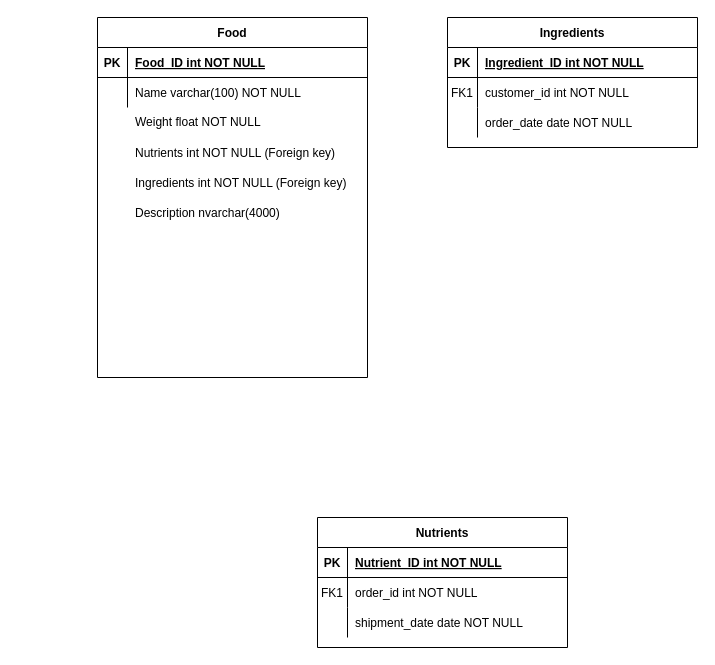
Earlier version of the draw.io diagram docs/Database Food.drawio (dod0lp/Food-Database). Source tidied: cells renumbered, new cells numbered last; positions are measured from the earlier drawing's top-left corner, leaving out a move shared by most shapes. Both pictures are drawn from the tidied source at 100%, with x=0, y=0 at pixel (97, 17).
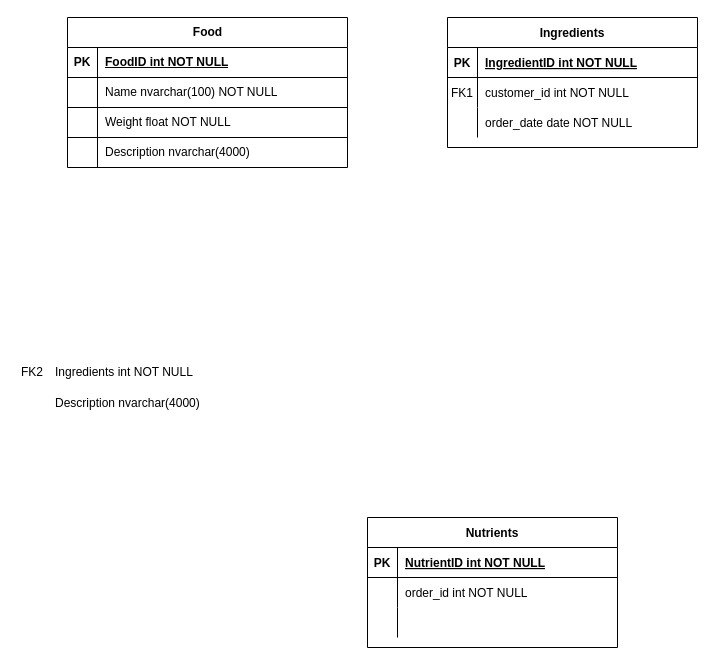
Above is the later version.

Commit message:
Better graph for Food

The change refers to these unchanged cells:
```xml
<mxCell id="3" style="shape=partialRectangle;fillColor=none;top=0;left=0;right=0;bottom=1;" parent="2" vertex="1">
  <mxGeometry y="30" width="250" height="30" as="geometry" />
</mxCell>
<mxCell id="13" style="shape=partialRectangle;fillColor=none;top=0;left=0;right=0;bottom=1;" parent="12" vertex="1">
  <mxGeometry y="30" width="250" height="30" as="geometry" />
</mxCell>
<mxCell id="16" style="shape=partialRectangle;fillColor=none;top=0;left=0;right=0;bottom=0;" parent="12" vertex="1">
  <mxGeometry y="60" width="250" height="30" as="geometry" />
</mxCell>
<mxCell id="19" style="shape=partialRectangle;fillColor=none;top=0;left=0;right=0;bottom=0;" parent="12" vertex="1">
  <mxGeometry y="90" width="250" height="30" as="geometry" />
</mxCell>
```

Diff of the diagram source:
```diff
@@
-    <mxCell id="5" value="Ingredient_ID int NOT NULL" style="shape=partialRectangle;overflow=hidden;fillColor=none;top=0;left=0;bottom=0;right=0;align=left;spacingLeft=6;fontStyle=5;" parent="3" vertex="1">
+    <mxCell id="5" value="IngredientID int NOT NULL" style="shape=partialRectangle;overflow=hidden;fillColor=none;top=0;left=0;bottom=0;right=0;align=left;spacingLeft=6;fontStyle=5;" parent="3" vertex="1">
       <mxGeometry x="30" width="220" height="30" as="geometry" />
     </mxCell>
@@
     <mxCell id="12" value="Nutrients" style="shape=table;startSize=30;childLayout=tableLayout;rowLines=0;fontStyle=1;align=center;" parent="1" vertex="1">
-      <mxGeometry x="220" y="500" width="250" height="130" as="geometry" />
+      <mxGeometry x="270" y="500" width="250" height="130" as="geometry" />
     </mxCell>
@@
-    <mxCell id="15" value="Nutrient_ID int NOT NULL " style="shape=partialRectangle;overflow=hidden;fillColor=none;top=0;left=0;bottom=0;right=0;align=left;spacingLeft=6;fontStyle=5;" parent="13" vertex="1">
+    <mxCell id="15" value="NutrientID int NOT NULL " style="shape=partialRectangle;overflow=hidden;fillColor=none;top=0;left=0;bottom=0;right=0;align=left;spacingLeft=6;fontStyle=5;" parent="13" vertex="1">
       <mxGeometry x="30" width="220" height="30" as="geometry" />
     </mxCell>
@@
-    <mxCell id="17" value="FK1" style="shape=partialRectangle;overflow=hidden;fillColor=none;top=0;left=0;bottom=0;right=0;" parent="16" vertex="1">
+    <mxCell id="17" style="shape=partialRectangle;overflow=hidden;fillColor=none;top=0;left=0;bottom=0;right=0;" parent="16" vertex="1">
       <mxGeometry width="30" height="30" as="geometry" />
     </mxCell>
@@
-    <mxCell id="21" value="shipment_date date NOT NULL" style="shape=partialRectangle;overflow=hidden;fillColor=none;top=0;left=0;bottom=0;right=0;align=left;spacingLeft=6;" parent="19" vertex="1">
+    <mxCell id="21" style="shape=partialRectangle;overflow=hidden;fillColor=none;top=0;left=0;bottom=0;right=0;align=left;spacingLeft=6;" parent="19" vertex="1">
       <mxGeometry x="30" width="220" height="30" as="geometry" />
     </mxCell>
+    <mxCell id="32" value="Description nvarchar(4000)" style="shape=partialRectangle;overflow=hidden;fillColor=none;top=0;left=0;bottom=0;right=0;align=left;spacingLeft=6;" parent="1" vertex="1">
+      <mxGeometry x="-50" y="370" width="240" height="30" as="geometry" />
+    </mxCell>
+    <mxCell id="33" value="FK2" style="shape=partialRectangle;fillColor=none;top=0;left=0;bottom=0;right=0;overflow=hidden;whiteSpace=wrap;html=1;" parent="1" vertex="1">
+      <mxGeometry x="-80" y="340" width="30" height="30" as="geometry" />
+    </mxCell>
+    <mxCell id="34" value="Ingredients int NOT NULL" style="shape=partialRectangle;fillColor=none;top=0;left=0;bottom=0;right=0;align=left;spacingLeft=6;overflow=hidden;whiteSpace=wrap;html=1;" parent="1" vertex="1">
+      <mxGeometry x="-50" y="340" width="250" height="30" as="geometry" />
+    </mxCell>
+    <mxCell id="35" style="shape=partialRectangle;fillColor=none;top=0;left=0;bottom=0;right=0;overflow=hidden;whiteSpace=wrap;html=1;" parent="1" vertex="1">
+      <mxGeometry x="-20" y="200" width="30" height="30" as="geometry" />
+    </mxCell>
-    <mxCell id="22" value="Food" style="shape=table;startSize=30;childLayout=tableLayout;rowLines=0;fontStyle=1;align=center;" parent="1" vertex="1">
-      <mxGeometry width="270" height="360" as="geometry" />
+    <mxCell id="22" value="Food" style="shape=table;startSize=30;childLayout=tableLayout;rowLines=1;fontStyle=1;align=center;html=1;strokeColor=default;fillColor=default;" parent="1" vertex="1">
+      <mxGeometry x="-30" width="280" height="150" as="geometry" />
     </mxCell>
-    <mxCell id="23" style="shape=partialRectangle;fillColor=none;top=0;left=0;right=0;bottom=1;" parent="22" vertex="1">
-      <mxGeometry y="30" width="270" height="30" as="geometry" />
-    </mxCell>
+    <mxCell id="36" style="shape=tableRow;horizontal=0;startSize=0;swimlaneHead=0;swimlaneBody=0;fillColor=none;top=0;left=0;right=0;bottom=1;" parent="22" vertex="1">
+      <mxGeometry y="30" width="280" height="30" as="geometry" />
+    </mxCell>
-    <mxCell id="24" value="PK" style="shape=partialRectangle;overflow=hidden;fillColor=none;top=0;left=0;bottom=0;right=0;fontStyle=1;" parent="23" vertex="1">
+    <mxCell id="24" value="PK" style="shape=partialRectangle;fillColor=none;top=0;left=0;bottom=0;right=0;fontStyle=1;overflow=hidden;whiteSpace=wrap;html=1;" parent="36" vertex="1">
       <mxGeometry width="30" height="30" as="geometry" />
     </mxCell>
-    <mxCell id="25" value="Food_ID int NOT NULL" style="shape=partialRectangle;overflow=hidden;fillColor=none;top=0;left=0;bottom=0;right=0;align=left;spacingLeft=6;fontStyle=5;" parent="23" vertex="1">
-      <mxGeometry x="30" width="240" height="30" as="geometry" />
-    </mxCell>
-    <mxCell id="26" style="shape=partialRectangle;fillColor=none;top=0;left=0;right=0;bottom=0;" parent="22" vertex="1">
-      <mxGeometry y="60" width="270" height="30" as="geometry" />
-    </mxCell>
-    <mxCell id="27" style="shape=partialRectangle;overflow=hidden;fillColor=none;top=0;left=0;bottom=0;right=0;" parent="26" vertex="1">
-      <mxGeometry width="30" height="30" as="geometry" />
-    </mxCell>
-    <mxCell id="28" value="Name varchar(100) NOT NULL" style="shape=partialRectangle;overflow=hidden;fillColor=none;top=0;left=0;bottom=0;right=0;align=left;spacingLeft=6;" parent="26" vertex="1">
-      <mxGeometry x="30" width="240" height="30" as="geometry" />
-    </mxCell>
+    <mxCell id="37" value="FoodID int NOT NULL" style="shape=partialRectangle;fillColor=none;top=0;left=0;bottom=0;right=0;align=left;spacingLeft=6;fontStyle=5;overflow=hidden;whiteSpace=wrap;html=1;" parent="36" vertex="1">
+      <mxGeometry x="30" width="250" height="30" as="geometry" />
+    </mxCell>
+    <mxCell id="38" style="shape=tableRow;horizontal=0;startSize=0;swimlaneHead=0;swimlaneBody=0;fillColor=none;top=0;left=0;right=0;bottom=0;" parent="22" vertex="1">
+      <mxGeometry y="60" width="280" height="30" as="geometry" />
+    </mxCell>
+    <mxCell id="39" style="shape=partialRectangle;fillColor=none;top=0;left=0;bottom=0;right=0;overflow=hidden;whiteSpace=wrap;html=1;" parent="38" vertex="1">
+      <mxGeometry width="30" height="30" as="geometry" />
+    </mxCell>
+    <mxCell id="40" value="Name nvarchar(100) NOT NULL" style="shape=partialRectangle;fillColor=none;top=0;left=0;bottom=0;right=0;align=left;spacingLeft=6;overflow=hidden;whiteSpace=wrap;html=1;" parent="38" vertex="1">
+      <mxGeometry x="30" width="250" height="30" as="geometry" />
+    </mxCell>
+    <mxCell id="41" style="shape=tableRow;horizontal=0;startSize=0;swimlaneHead=0;swimlaneBody=0;fillColor=none;top=0;left=0;right=0;bottom=0;" parent="22" vertex="1">
+      <mxGeometry y="90" width="280" height="30" as="geometry" />
+    </mxCell>
+    <mxCell id="42" style="shape=partialRectangle;fillColor=none;top=0;left=0;bottom=0;right=0;overflow=hidden;whiteSpace=wrap;html=1;" parent="41" vertex="1">
+      <mxGeometry width="30" height="30" as="geometry" />
+    </mxCell>
-    <mxCell id="29" value="Weight float NOT NULL" style="shape=partialRectangle;overflow=hidden;fillColor=none;top=0;left=0;bottom=0;right=0;align=left;spacingLeft=6;" parent="1" vertex="1">
-      <mxGeometry x="30" y="88" width="220" height="32" as="geometry" />
+    <mxCell id="29" value="Weight float NOT NULL" style="shape=partialRectangle;fillColor=none;top=0;left=0;bottom=0;right=0;align=left;spacingLeft=6;overflow=hidden;whiteSpace=wrap;html=1;" parent="41" vertex="1">
+      <mxGeometry x="30" width="250" height="30" as="geometry" />
     </mxCell>
-    <mxCell id="30" value="Nutrients int NOT NULL (Foreign key)" style="shape=partialRectangle;overflow=hidden;fillColor=none;top=0;left=0;bottom=0;right=0;align=left;spacingLeft=6;" parent="1" vertex="1">
-      <mxGeometry x="30" y="120" width="220" height="30" as="geometry" />
-    </mxCell>
-    <mxCell id="31" value="Ingredients int NOT NULL (Foreign key)" style="shape=partialRectangle;overflow=hidden;fillColor=none;top=0;left=0;bottom=0;right=0;align=left;spacingLeft=6;" parent="1" vertex="1">
-      <mxGeometry x="30" y="150" width="230" height="30" as="geometry" />
-    </mxCell>
-    <mxCell id="32" value="Description nvarchar(4000)" style="shape=partialRectangle;overflow=hidden;fillColor=none;top=0;left=0;bottom=0;right=0;align=left;spacingLeft=6;" parent="1" vertex="1">
-      <mxGeometry x="30" y="180" width="240" height="30" as="geometry" />
-    </mxCell>
+    <mxCell id="43" style="shape=tableRow;horizontal=0;startSize=0;swimlaneHead=0;swimlaneBody=0;fillColor=none;top=0;left=0;right=0;bottom=0;" parent="22" vertex="1">
+      <mxGeometry y="120" width="280" height="30" as="geometry" />
+    </mxCell>
+    <mxCell id="44" style="shape=partialRectangle;fillColor=none;top=0;left=0;bottom=0;right=0;overflow=hidden;whiteSpace=wrap;html=1;" parent="43" vertex="1">
+      <mxGeometry width="30" height="30" as="geometry" />
+    </mxCell>
+    <mxCell id="45" value="Description nvarchar(4000)" style="shape=partialRectangle;fillColor=none;top=0;left=0;bottom=0;right=0;align=left;spacingLeft=6;overflow=hidden;whiteSpace=wrap;html=1;" parent="43" vertex="1">
+      <mxGeometry x="30" width="250" height="30" as="geometry" />
+    </mxCell>
```
